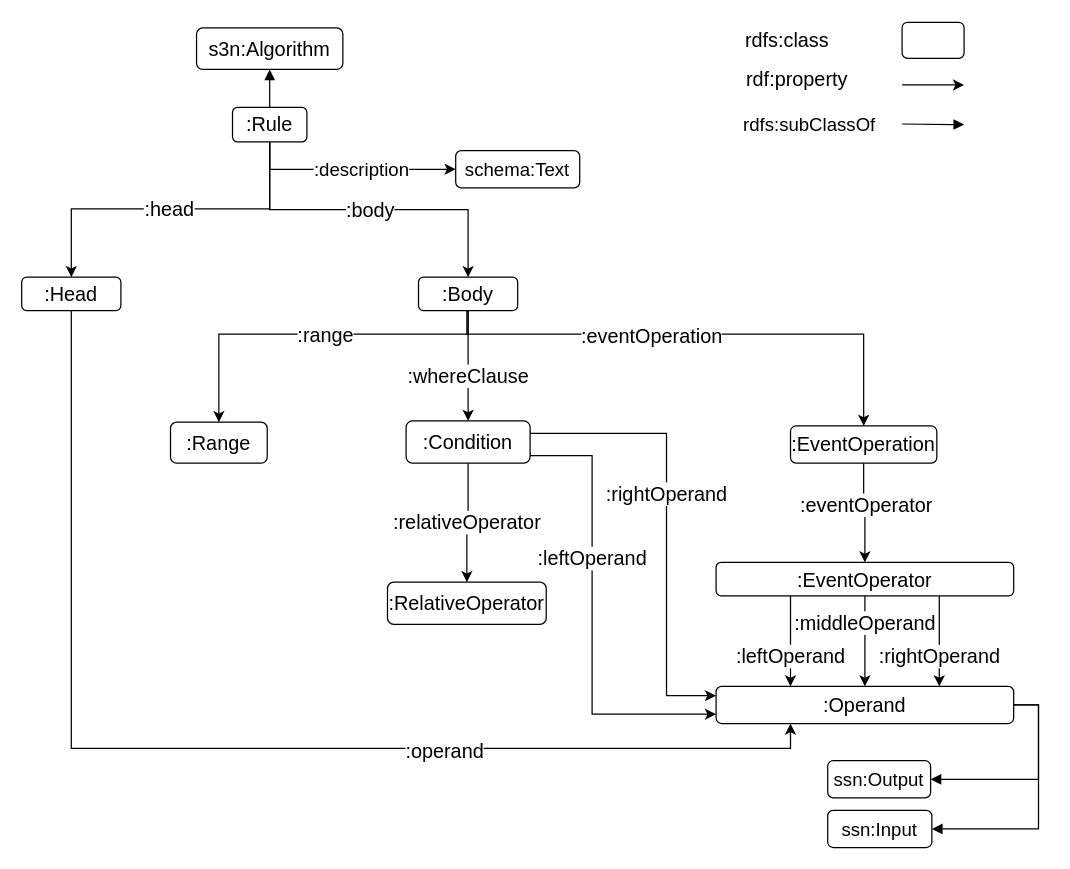
Above: Untitled Diagram.drawio in Haoyu-R/appendix (draw.io), before the change. Source tidied: cells renumbered, new cells numbered last; positions are measured from the earlier drawing's top-left corner, leaving out a move shared by most shapes. Both pictures are drawn from the tidied source at 124%, with x=0, y=0 at pixel (21, 21).
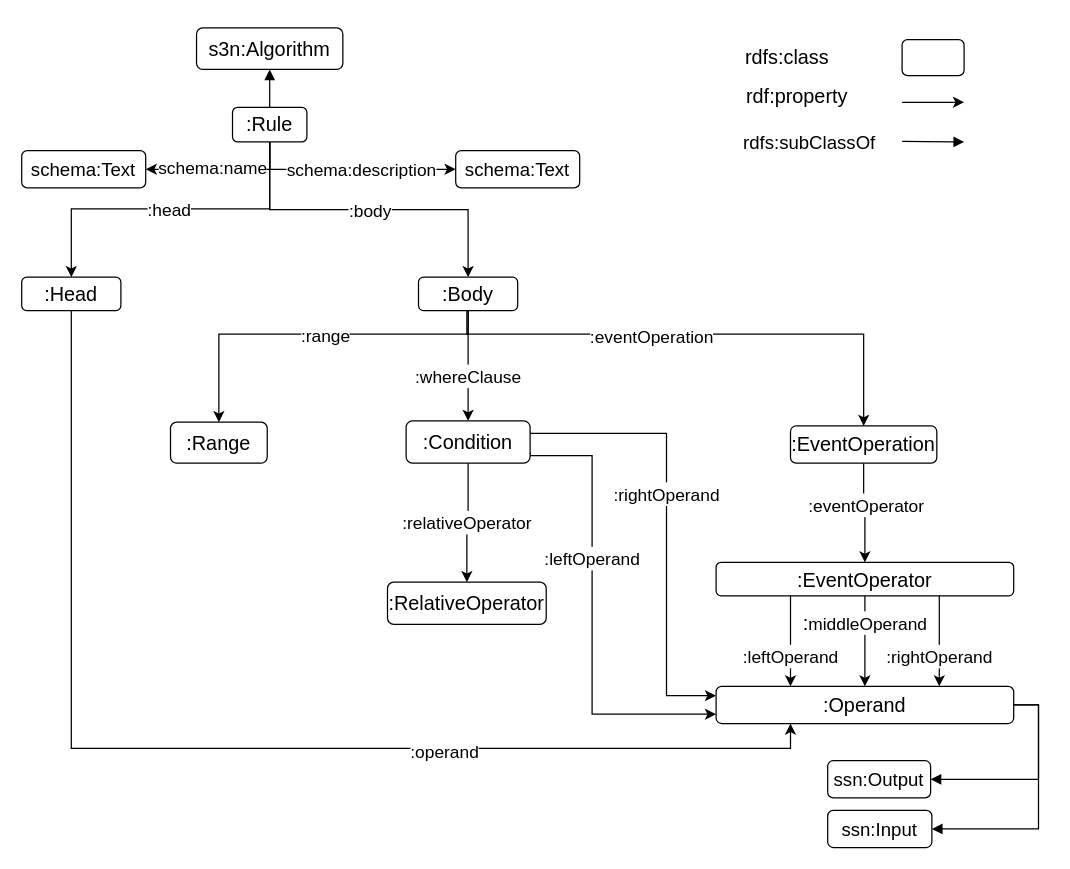
After the change.

Unchanged cells that the change refers to:
```xml
<mxCell id="5" value=":Rule" style="rounded=1;whiteSpace=wrap;html=1;fontSize=16;" parent="1" vertex="1">
  <mxGeometry x="170" y="69" width="60" height="28" as="geometry" />
</mxCell>
<mxCell id="6" style="edgeStyle=orthogonalEdgeStyle;rounded=0;jettySize=auto;html=1;exitX=0.5;exitY=1;exitDx=0;exitDy=0;entryX=0.25;entryY=1;entryDx=0;entryDy=0;fontSize=16;" parent="1" edge="1" source="8" target="30">
  <mxGeometry relative="1" as="geometry" />
</mxCell>
<mxCell id="8" value=":Head" style="rounded=1;whiteSpace=wrap;html=1;fontSize=16;" parent="1" vertex="1">
  <mxGeometry y="206" width="80" height="27" as="geometry" />
</mxCell>
<mxCell id="9" style="edgeStyle=orthogonalEdgeStyle;rounded=0;jettySize=auto;html=1;exitX=0.5;exitY=1;exitDx=0;exitDy=0;fontSize=16;" parent="1" edge="1" source="14" target="17">
  <mxGeometry relative="1" as="geometry">
    <Array as="points">
      <mxPoint x="359" y="252" />
      <mxPoint x="679" y="252" />
    </Array>
  </mxGeometry>
</mxCell>
<mxCell id="12" style="edgeStyle=orthogonalEdgeStyle;rounded=0;jettySize=auto;html=1;exitX=0.5;exitY=1;exitDx=0;exitDy=0;fontSize=16;entryX=0.5;entryY=0;entryDx=0;entryDy=0;" parent="1" edge="1" source="14" target="22">
  <mxGeometry relative="1" as="geometry">
    <Array as="points">
      <mxPoint x="359" y="252" />
      <mxPoint x="139" y="252" />
    </Array>
  </mxGeometry>
</mxCell>
<mxCell id="14" value=":Body" style="rounded=1;whiteSpace=wrap;html=1;fontSize=16;" parent="1" vertex="1">
  <mxGeometry x="320" y="206" width="80" height="27" as="geometry" />
</mxCell>
<mxCell id="15" style="edgeStyle=orthogonalEdgeStyle;rounded=0;jettySize=auto;html=1;exitX=0.5;exitY=1;exitDx=0;exitDy=0;entryX=0.5;entryY=0;entryDx=0;entryDy=0;fontSize=16;" parent="1" edge="1" source="17" target="26">
  <mxGeometry relative="1" as="geometry" />
</mxCell>
<mxCell id="21" value=":Condition" style="rounded=1;whiteSpace=wrap;html=1;fontSize=16;" parent="1" vertex="1">
  <mxGeometry x="310" y="322" width="100" height="34" as="geometry" />
</mxCell>
<mxCell id="26" value=":EventOperator" style="rounded=1;whiteSpace=wrap;html=1;fontSize=16;" parent="1" vertex="1">
  <mxGeometry x="560" y="436" width="240" height="27" as="geometry" />
</mxCell>
<mxCell id="27" value=":RelativeOperator" style="rounded=1;whiteSpace=wrap;html=1;fontSize=16;" parent="1" vertex="1">
  <mxGeometry x="295" y="452" width="128" height="34" as="geometry" />
</mxCell>
<mxCell id="30" value="&lt;font style=&quot;font-size: 16px&quot;&gt;:Operand&lt;/font&gt;" style="rounded=1;whiteSpace=wrap;html=1;fontSize=16;" parent="1" vertex="1">
  <mxGeometry x="560" y="536" width="240" height="30" as="geometry" />
</mxCell>
<mxCell id="41" value="schema:Text" style="rounded=1;whiteSpace=wrap;html=1;fontSize=15;" parent="1" vertex="1">
  <mxGeometry x="350" y="104" width="100" height="30" as="geometry" />
</mxCell>
```

The edit, as a diff of the source:
```diff
@@
-    <mxCell id="2" value="&lt;div style=&quot;font-size: 16px&quot;&gt;:head&lt;/div&gt;" style="edgeStyle=orthogonalEdgeStyle;rounded=0;jettySize=auto;html=1;exitX=0.5;exitY=1;exitDx=0;exitDy=0;entryX=0.5;entryY=0;entryDx=0;entryDy=0;fontSize=16;" parent="1" edge="1" source="5" target="8">
+    <mxCell id="2" value="&lt;div style=&quot;font-size: 16px&quot;&gt;&lt;font style=&quot;font-size: 14px&quot;&gt;:head&lt;/font&gt;&lt;/div&gt;" style="edgeStyle=orthogonalEdgeStyle;rounded=0;jettySize=auto;html=1;exitX=0.5;exitY=1;exitDx=0;exitDy=0;entryX=0.5;entryY=0;entryDx=0;entryDy=0;fontSize=16;" parent="1" edge="1" source="5" target="8">
       <mxGeometry relative="1" as="geometry">
         <Array as="points">
           <mxPoint x="200" y="151" />
           <mxPoint x="40" y="151" />
         </Array>
       </mxGeometry>
     </mxCell>
-    <mxCell id="3" value=":body" style="edgeStyle=orthogonalEdgeStyle;rounded=0;jettySize=auto;html=1;exitX=0.5;exitY=1;exitDx=0;exitDy=0;entryX=0.5;entryY=0;entryDx=0;entryDy=0;fontSize=16;" parent="1" edge="1" source="5" target="14">
+    <mxCell id="3" value="&lt;font style=&quot;font-size: 14px&quot;&gt;:body&lt;/font&gt;" style="edgeStyle=orthogonalEdgeStyle;rounded=0;jettySize=auto;html=1;exitX=0.5;exitY=1;exitDx=0;exitDy=0;entryX=0.5;entryY=0;entryDx=0;entryDy=0;fontSize=16;" parent="1" edge="1" source="5" target="14">
       <mxGeometry relative="1" as="geometry" />
     </mxCell>
@@
+    <mxCell id="42" style="edgeStyle=orthogonalEdgeStyle;rounded=0;jettySize=auto;html=1;exitX=0.5;exitY=1;exitDx=0;exitDy=0;entryX=1;entryY=0.5;entryDx=0;entryDy=0;" parent="1" edge="1" source="5" target="44">
+      <mxGeometry relative="1" as="geometry" />
+    </mxCell>
+    <mxCell id="43" value="&lt;font style=&quot;font-size: 14px&quot;&gt;schema:name&lt;/font&gt;" style="edgeLabel;html=1;align=center;verticalAlign=middle;" parent="42" vertex="1">
+      <mxGeometry x="-0.11" y="2" relative="1" as="geometry">
+        <mxPoint x="-15" y="-4" as="offset" />
+      </mxGeometry>
+    </mxCell>
@@
-    <mxCell id="7" value=":operand" style="edgeLabel;html=1;align=center;verticalAlign=middle;fontSize=16;" parent="6" vertex="1">
+    <mxCell id="7" value="&lt;font style=&quot;font-size: 14px&quot;&gt;:operand&lt;/font&gt;" style="edgeLabel;html=1;align=center;verticalAlign=middle;fontSize=16;" parent="6" vertex="1">
       <mxGeometry x="0.37" y="-1" relative="1" as="geometry" />
     </mxCell>
@@
-    <mxCell id="10" value=":eventOperation" style="edgeLabel;html=1;align=center;verticalAlign=middle;fontSize=16;" parent="9" vertex="1">
+    <mxCell id="10" value="&lt;font style=&quot;font-size: 14px&quot;&gt;:eventOperation&lt;/font&gt;" style="edgeLabel;html=1;align=center;verticalAlign=middle;fontSize=16;" parent="9" vertex="1">
       <mxGeometry x="-0.58" y="-1" relative="1" as="geometry">
         <mxPoint x="81" as="offset" />
       </mxGeometry>
     </mxCell>
-    <mxCell id="11" value=":whereClause" style="edgeStyle=orthogonalEdgeStyle;rounded=0;jettySize=auto;html=1;exitX=0.5;exitY=1;exitDx=0;exitDy=0;entryX=0.5;entryY=0;entryDx=0;entryDy=0;fontSize=16;" parent="1" edge="1" source="14" target="21">
+    <mxCell id="11" value="&lt;font style=&quot;font-size: 14px&quot;&gt;:whereClause&lt;/font&gt;" style="edgeStyle=orthogonalEdgeStyle;rounded=0;jettySize=auto;html=1;exitX=0.5;exitY=1;exitDx=0;exitDy=0;entryX=0.5;entryY=0;entryDx=0;entryDy=0;fontSize=16;" parent="1" edge="1" source="14" target="21">
       <mxGeometry x="0.19" relative="1" as="geometry" />
     </mxCell>
@@
-    <mxCell id="13" value=":range" style="edgeLabel;html=1;align=center;verticalAlign=middle;fontSize=16;" parent="12" vertex="1">
+    <mxCell id="13" value="&lt;font style=&quot;font-size: 14px&quot;&gt;:range&lt;/font&gt;" style="edgeLabel;html=1;align=center;verticalAlign=middle;fontSize=16;" parent="12" vertex="1">
       <mxGeometry x="0.18" y="3" relative="1" as="geometry">
         <mxPoint x="37" y="-3" as="offset" />
       </mxGeometry>
     </mxCell>
@@
-    <mxCell id="16" value=":eventOperator" style="edgeLabel;html=1;align=center;verticalAlign=middle;fontSize=16;" parent="15" vertex="1">
+    <mxCell id="16" value="&lt;font style=&quot;font-size: 14px&quot;&gt;:eventOperator&lt;/font&gt;" style="edgeLabel;html=1;align=center;verticalAlign=middle;fontSize=16;" parent="15" vertex="1">
       <mxGeometry x="-0.19" y="-3" relative="1" as="geometry">
         <mxPoint x="4" as="offset" />
       </mxGeometry>
     </mxCell>
@@
-    <mxCell id="18" value=":relativeOperator" style="edgeStyle=orthogonalEdgeStyle;rounded=0;jettySize=auto;html=1;exitX=0.5;exitY=1;exitDx=0;exitDy=0;entryX=0.5;entryY=0;entryDx=0;entryDy=0;fontSize=16;" parent="1" edge="1" source="21" target="27">
+    <mxCell id="18" value="&lt;font style=&quot;font-size: 14px&quot;&gt;:relativeOperator&lt;/font&gt;" style="edgeStyle=orthogonalEdgeStyle;rounded=0;jettySize=auto;html=1;exitX=0.5;exitY=1;exitDx=0;exitDy=0;entryX=0.5;entryY=0;entryDx=0;entryDy=0;fontSize=16;" parent="1" edge="1" source="21" target="27">
       <mxGeometry relative="1" as="geometry" />
     </mxCell>
-    <mxCell id="19" value=":leftOperand" style="edgeStyle=orthogonalEdgeStyle;rounded=0;jettySize=auto;html=1;exitX=1;exitY=0.75;exitDx=0;exitDy=0;entryX=0;entryY=0.75;entryDx=0;entryDy=0;fontSize=16;" parent="1" edge="1" source="21" target="30">
+    <mxCell id="19" value="&lt;font style=&quot;font-size: 14px&quot;&gt;:leftOperand&lt;/font&gt;" style="edgeStyle=orthogonalEdgeStyle;rounded=0;jettySize=auto;html=1;exitX=1;exitY=0.75;exitDx=0;exitDy=0;entryX=0;entryY=0.75;entryDx=0;entryDy=0;fontSize=16;" parent="1" edge="1" source="21" target="30">
       <mxGeometry x="-0.25" relative="1" as="geometry">
         <Array as="points">
           <mxPoint x="410" y="350" />
           <mxPoint x="460" y="350" />
           <mxPoint x="460" y="559" />
           <mxPoint x="560" y="559" />
         </Array>
       </mxGeometry>
     </mxCell>
-    <mxCell id="20" value=":rightOperand" style="edgeStyle=orthogonalEdgeStyle;rounded=0;jettySize=auto;html=1;exitX=1;exitY=0.25;exitDx=0;exitDy=0;fontSize=16;entryX=0;entryY=0.25;entryDx=0;entryDy=0;" parent="1" edge="1" source="21" target="30">
+    <mxCell id="20" value="&lt;font style=&quot;font-size: 14px&quot;&gt;:rightOperand&lt;/font&gt;" style="edgeStyle=orthogonalEdgeStyle;rounded=0;jettySize=auto;html=1;exitX=1;exitY=0.25;exitDx=0;exitDy=0;fontSize=16;entryX=0;entryY=0.25;entryDx=0;entryDy=0;" parent="1" edge="1" source="21" target="30">
       <mxGeometry x="-0.12" relative="1" as="geometry">
         <Array as="points">
           <mxPoint x="418" y="332" />
           <mxPoint x="520" y="332" />
           <mxPoint x="520" y="544" />
           <mxPoint x="560" y="544" />
         </Array>
       </mxGeometry>
     </mxCell>
@@
-    <mxCell id="23" value=":middleOperand" style="edgeStyle=orthogonalEdgeStyle;rounded=0;jettySize=auto;html=1;exitX=0.5;exitY=1;exitDx=0;exitDy=0;entryX=0.5;entryY=0;entryDx=0;entryDy=0;fontSize=16;" parent="1" edge="1" source="26" target="30">
+    <mxCell id="23" value=":&lt;font style=&quot;font-size: 14px&quot;&gt;middleOperand&lt;/font&gt;" style="edgeStyle=orthogonalEdgeStyle;rounded=0;jettySize=auto;html=1;exitX=0.5;exitY=1;exitDx=0;exitDy=0;entryX=0.5;entryY=0;entryDx=0;entryDy=0;fontSize=16;" parent="1" edge="1" source="26" target="30">
       <mxGeometry x="-0.4" relative="1" as="geometry" />
     </mxCell>
-    <mxCell id="24" value=":rightOperand" style="edgeStyle=orthogonalEdgeStyle;rounded=0;jettySize=auto;html=1;exitX=0.75;exitY=1;exitDx=0;exitDy=0;entryX=0.75;entryY=0;entryDx=0;entryDy=0;fontSize=16;" parent="1" edge="1" source="26" target="30">
+    <mxCell id="24" value="&lt;font style=&quot;font-size: 14px&quot;&gt;:rightOperand&lt;/font&gt;" style="edgeStyle=orthogonalEdgeStyle;rounded=0;jettySize=auto;html=1;exitX=0.75;exitY=1;exitDx=0;exitDy=0;entryX=0.75;entryY=0;entryDx=0;entryDy=0;fontSize=16;" parent="1" edge="1" source="26" target="30">
       <mxGeometry x="0.34" relative="1" as="geometry" />
     </mxCell>
-    <mxCell id="25" value=":leftOperand" style="edgeStyle=orthogonalEdgeStyle;rounded=0;jettySize=auto;html=1;exitX=0.25;exitY=1;exitDx=0;exitDy=0;entryX=0.25;entryY=0;entryDx=0;entryDy=0;fontSize=16;" parent="1" edge="1" source="26" target="30">
+    <mxCell id="25" value="&lt;font style=&quot;font-size: 14px&quot;&gt;:leftOperand&lt;/font&gt;" style="edgeStyle=orthogonalEdgeStyle;rounded=0;jettySize=auto;html=1;exitX=0.25;exitY=1;exitDx=0;exitDy=0;entryX=0.25;entryY=0;entryDx=0;entryDy=0;fontSize=16;" parent="1" edge="1" source="26" target="30">
       <mxGeometry x="0.34" relative="1" as="geometry">
         <Array as="points">
           <mxPoint x="620" y="463" />
           <mxPoint x="620" y="536" />
         </Array>
       </mxGeometry>
     </mxCell>
@@
     <mxCell id="31" style="rounded=1;whiteSpace=wrap;html=1;fontSize=16;" parent="1" vertex="1">
-      <mxGeometry x="710" y="0.5" width="50" height="29" as="geometry" />
+      <mxGeometry x="710" y="14.5" width="50" height="29" as="geometry" />
     </mxCell>
     <mxCell id="32" value="rdfs:class" style="text;html=1;align=center;verticalAlign=middle;strokeColor=none;fontSize=16;" parent="1" vertex="1">
-      <mxGeometry x="577" y="5" width="80" height="20" as="geometry" />
+      <mxGeometry x="577" y="19" width="80" height="20" as="geometry" />
     </mxCell>
     <mxCell id="33" value="rdf:property" style="text;html=1;align=center;verticalAlign=middle;strokeColor=none;fontSize=16;" parent="1" vertex="1">
-      <mxGeometry x="575" y="36" width="100" height="20" as="geometry" />
+      <mxGeometry x="575" y="50" width="100" height="20" as="geometry" />
     </mxCell>
     <mxCell id="34" style="endArrow=classic;html=1;fontSize=16;" parent="1" edge="1">
       <mxGeometry relative="1" as="geometry">
-        <mxPoint x="710" y="51" as="sourcePoint" />
-        <mxPoint x="760" y="51" as="targetPoint" />
+        <mxPoint x="710" y="65" as="sourcePoint" />
+        <mxPoint x="760" y="65" as="targetPoint" />
       </mxGeometry>
     </mxCell>
@@
     <mxCell id="36" value="rdfs:subClassOf" style="text;html=1;align=center;verticalAlign=middle;strokeColor=none;fontSize=15;" parent="1" vertex="1">
-      <mxGeometry x="575" y="73" width="120" height="20" as="geometry" />
+      <mxGeometry x="575" y="87" width="120" height="20" as="geometry" />
     </mxCell>
     <mxCell id="37" style="endArrow=block;html=1;fontSize=16;endFill=1;" parent="1" edge="1">
       <mxGeometry relative="1" as="geometry">
-        <mxPoint x="710" y="82.5" as="sourcePoint" />
-        <mxPoint x="760" y="83" as="targetPoint" />
+        <mxPoint x="710" y="96.5" as="sourcePoint" />
+        <mxPoint x="760" y="97" as="targetPoint" />
       </mxGeometry>
     </mxCell>
@@
-    <mxCell id="40" value=":description" style="edgeStyle=orthogonalEdgeStyle;rounded=0;jettySize=auto;html=1;exitX=0.5;exitY=1;exitDx=0;exitDy=0;entryX=0;entryY=0.5;entryDx=0;entryDy=0;fontSize=15;" parent="1" edge="1" source="5" target="41">
+    <mxCell id="40" value="&lt;font style=&quot;font-size: 14px&quot;&gt;schema:description&lt;/font&gt;" style="edgeStyle=orthogonalEdgeStyle;rounded=0;jettySize=auto;html=1;exitX=0.5;exitY=1;exitDx=0;exitDy=0;entryX=0;entryY=0.5;entryDx=0;entryDy=0;fontSize=15;" parent="1" edge="1" source="5" target="41">
       <mxGeometry x="0.12" relative="1" as="geometry" />
     </mxCell>
@@
+    <mxCell id="44" value="schema:Text" style="rounded=1;whiteSpace=wrap;html=1;fontSize=15;" parent="1" vertex="1">
+      <mxGeometry y="104" width="100" height="30" as="geometry" />
+    </mxCell>
```
